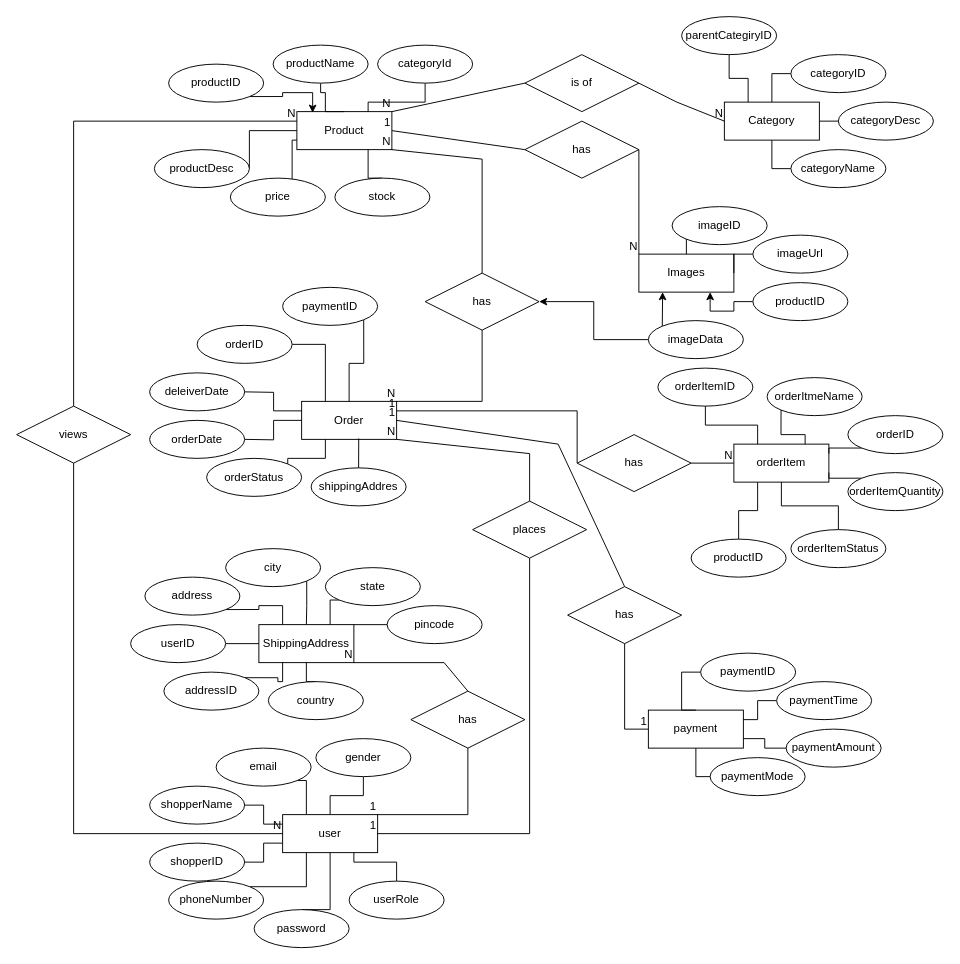
Before: DBMS/19-March-2025/ER-Diagram.drawio in meta-prashant-kala/GET-2025, a draw.io diagram. Source tidied: cells renumbered, new cells numbered last; positions are measured from the earlier drawing's top-left corner, leaving out a move shared by most shapes. Both pictures are drawn from the tidied source at 95%, with x=0, y=0 at pixel (16, 16).
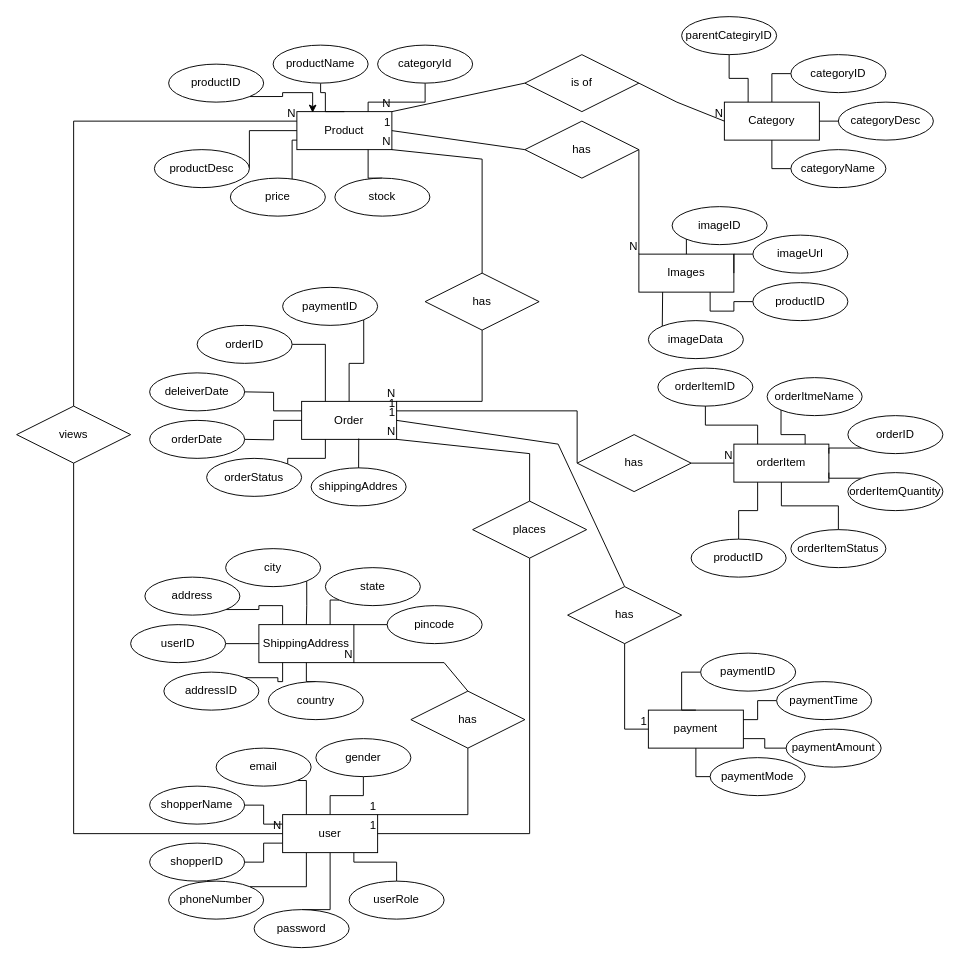
Above is the later version.

The change refers to these unchanged cells:
```xml
<mxCell id="23" value="Images" style="whiteSpace=wrap;html=1;align=center;" parent="1" vertex="1">
  <mxGeometry x="655" y="250" width="100" height="40" as="geometry" />
</mxCell>
<mxCell id="27" value="productID" style="ellipse;whiteSpace=wrap;html=1;align=center;" parent="1" vertex="1">
  <mxGeometry x="775" y="280" width="100" height="40" as="geometry" />
</mxCell>
<mxCell id="72" value="has" style="shape=rhombus;perimeter=rhombusPerimeter;whiteSpace=wrap;html=1;align=center;" parent="1" vertex="1">
  <mxGeometry x="430" y="270" width="120" height="60" as="geometry" />
</mxCell>
<mxCell id="106" value="imageData" style="ellipse;whiteSpace=wrap;html=1;align=center;" parent="1" vertex="1">
  <mxGeometry x="665" y="320" width="100" height="40" as="geometry" />
</mxCell>
```

What changed in the source:
```diff
@@
-    <mxCell id="26" style="edgeStyle=orthogonalEdgeStyle;rounded=0;jettySize=auto;html=1;exitX=0;exitY=0.5;exitDx=0;exitDy=0;entryX=0.75;entryY=1;entryDx=0;entryDy=0;" parent="1" edge="1" source="27" target="23">
+    <mxCell id="26" style="edgeStyle=orthogonalEdgeStyle;rounded=0;jettySize=auto;html=1;exitX=0;exitY=0.5;exitDx=0;exitDy=0;entryX=0.75;entryY=1;entryDx=0;entryDy=0;endArrow=none;startFill=0;" parent="1" edge="1" source="27" target="23">
       <mxGeometry relative="1" as="geometry" />
     </mxCell>
@@
-    <mxCell id="104" style="edgeStyle=orthogonalEdgeStyle;rounded=0;jettySize=auto;html=1;exitX=0;exitY=0;exitDx=0;exitDy=0;entryX=0.25;entryY=1;entryDx=0;entryDy=0;" parent="1" edge="1" source="106" target="23">
+    <mxCell id="104" style="edgeStyle=orthogonalEdgeStyle;rounded=0;jettySize=auto;html=1;exitX=0;exitY=0;exitDx=0;exitDy=0;entryX=0.25;entryY=1;entryDx=0;entryDy=0;endArrow=none;startFill=0;" parent="1" edge="1" source="106" target="23">
       <mxGeometry relative="1" as="geometry" />
     </mxCell>
-    <mxCell id="105" style="edgeStyle=orthogonalEdgeStyle;rounded=0;jettySize=auto;html=1;" parent="1" edge="1" source="106" target="72">
-      <mxGeometry relative="1" as="geometry" />
-    </mxCell>
```
